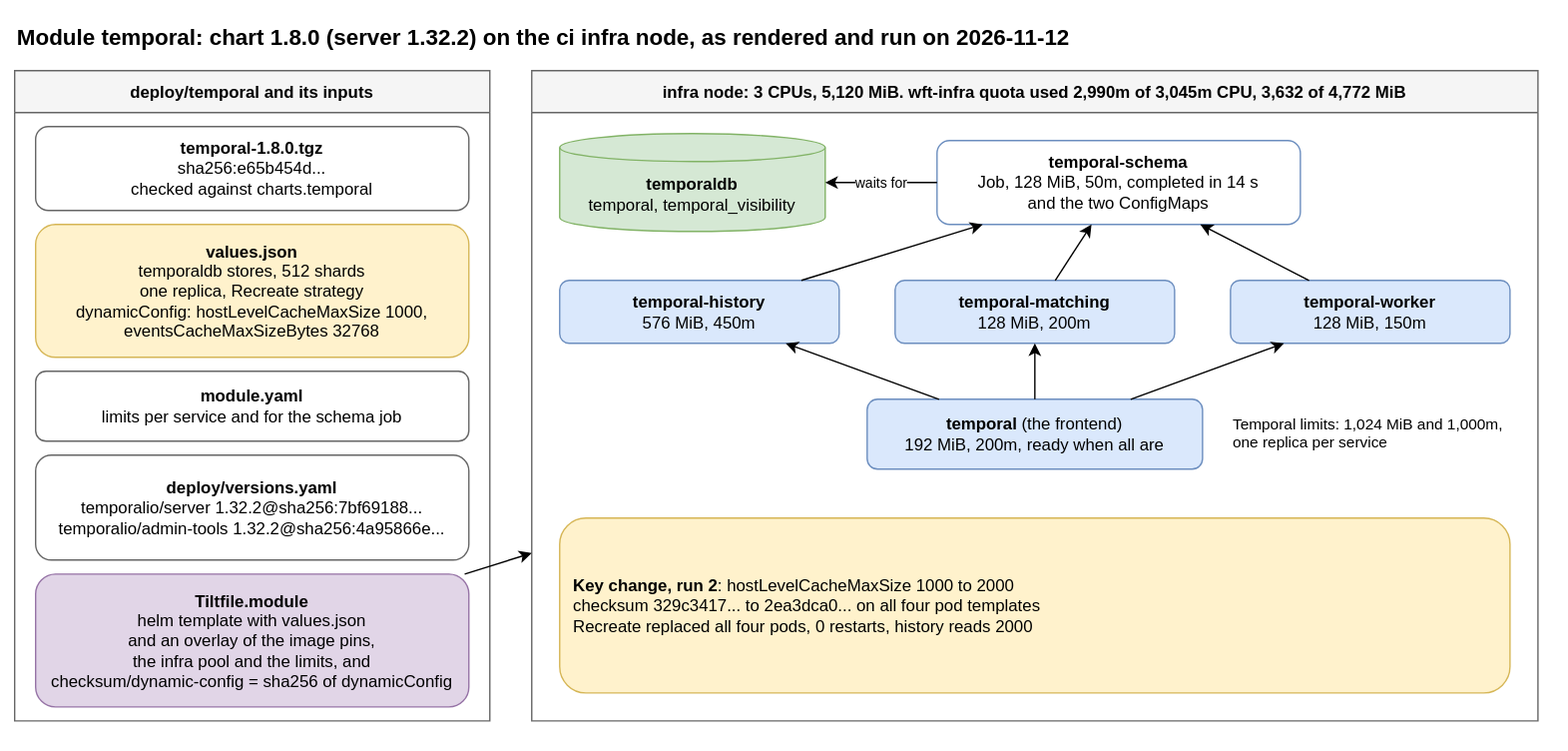
AndoNorth/disyard keeps this draw.io diagram as deploy/temporal/temporal-module.drawio.svg. Above is the earlier version. Source tidied: cells renumbered, new cells last; positions are measured from the earlier drawing's top-left corner, leaving out a move shared by most shapes. Its diagram source:
```xml
<mxGraphModel>
  <root>
    <mxCell id="0" />
    <mxCell id="1" parent="0" />
    <mxCell id="2" value="Module temporal: chart 1.8.0 (server 1.32.2) on the ci infra node, as rendered and run on 2026-11-12" style="text;html=1;fontSize=16;fontStyle=1;align=left;" parent="1" vertex="1">
      <mxGeometry width="1060" height="30" as="geometry" />
    </mxCell>
    <mxCell id="3" value="deploy/temporal and its inputs" style="swimlane;startSize=30;fillColor=#f5f5f5;strokeColor=#666666;fontStyle=1;" parent="1" vertex="1">
      <mxGeometry y="40" width="340" height="465" as="geometry" />
    </mxCell>
    <mxCell id="4" value="&lt;b&gt;temporal-1.8.0.tgz&lt;/b&gt;&lt;br&gt;sha256:e65b454d...&lt;br&gt;checked against charts.temporal" style="rounded=1;whiteSpace=wrap;html=1;fillColor=#ffffff;strokeColor=#666666;" parent="3" vertex="1">
      <mxGeometry x="15" y="40" width="310" height="60" as="geometry" />
    </mxCell>
    <mxCell id="5" value="&lt;b&gt;values.json&lt;/b&gt;&lt;br&gt;temporaldb stores, 512 shards&lt;br&gt;one replica, Recreate strategy&lt;br&gt;dynamicConfig: hostLevelCacheMaxSize 1000,&lt;br&gt;eventsCacheMaxSizeBytes 32768" style="rounded=1;whiteSpace=wrap;html=1;fillColor=#fff2cc;strokeColor=#d6b656;" parent="3" vertex="1">
      <mxGeometry x="15" y="110" width="310" height="95" as="geometry" />
    </mxCell>
    <mxCell id="6" value="&lt;b&gt;module.yaml&lt;/b&gt;&lt;br&gt;limits per service and for the schema job" style="rounded=1;whiteSpace=wrap;html=1;fillColor=#ffffff;strokeColor=#666666;" parent="3" vertex="1">
      <mxGeometry x="15" y="215" width="310" height="50" as="geometry" />
    </mxCell>
    <mxCell id="7" value="&lt;b&gt;deploy/versions.yaml&lt;/b&gt;&lt;br&gt;temporalio/server 1.32.2@sha256:7bf69188...&lt;br&gt;temporalio/admin-tools 1.32.2@sha256:4a95866e..." style="rounded=1;whiteSpace=wrap;html=1;fillColor=#ffffff;strokeColor=#666666;" parent="3" vertex="1">
      <mxGeometry x="15" y="275" width="310" height="75" as="geometry" />
    </mxCell>
    <mxCell id="8" value="&lt;b&gt;Tiltfile.module&lt;/b&gt;&lt;br&gt;helm template with values.json&lt;br&gt;and an overlay of the image pins,&lt;br&gt;the infra pool and the limits, and&lt;br&gt;checksum/dynamic-config = sha256 of dynamicConfig" style="rounded=1;whiteSpace=wrap;html=1;fillColor=#e1d5e7;strokeColor=#9673a6;" parent="3" vertex="1">
      <mxGeometry x="15" y="360" width="310" height="95" as="geometry" />
    </mxCell>
    <mxCell id="9" value="infra node: 3 CPUs, 5,120 MiB. wft-infra quota used 2,990m of 3,045m CPU, 3,632 of 4,772 MiB" style="swimlane;startSize=30;fillColor=#f5f5f5;strokeColor=#666666;fontStyle=1;" parent="1" vertex="1">
      <mxGeometry x="370" y="40" width="720" height="465" as="geometry" />
    </mxCell>
    <mxCell id="10" value="&lt;b&gt;temporaldb&lt;/b&gt;&lt;br&gt;temporal, temporal_visibility" style="shape=cylinder3;whiteSpace=wrap;html=1;boundedLbl=1;size=10;fillColor=#d5e8d4;strokeColor=#82b366;" parent="9" vertex="1">
      <mxGeometry x="20" y="45" width="190" height="70" as="geometry" />
    </mxCell>
    <mxCell id="11" value="&lt;b&gt;temporal-schema&lt;/b&gt;&lt;br&gt;Job, 128 MiB, 50m, completed in 14 s&lt;br&gt;and the two ConfigMaps" style="rounded=1;whiteSpace=wrap;html=1;fillColor=#ffffff;strokeColor=#6c8ebf;" parent="9" vertex="1">
      <mxGeometry x="290" y="50" width="260" height="60" as="geometry" />
    </mxCell>
    <mxCell id="12" value="&lt;b&gt;temporal-history&lt;/b&gt;&lt;br&gt;576 MiB, 450m" style="rounded=1;whiteSpace=wrap;html=1;fillColor=#dae8fc;strokeColor=#6c8ebf;" parent="9" vertex="1">
      <mxGeometry x="20" y="150" width="200" height="45" as="geometry" />
    </mxCell>
    <mxCell id="13" value="&lt;b&gt;temporal-matching&lt;/b&gt;&lt;br&gt;128 MiB, 200m" style="rounded=1;whiteSpace=wrap;html=1;fillColor=#dae8fc;strokeColor=#6c8ebf;" parent="9" vertex="1">
      <mxGeometry x="260" y="150" width="200" height="45" as="geometry" />
    </mxCell>
    <mxCell id="14" value="&lt;b&gt;temporal-worker&lt;/b&gt;&lt;br&gt;128 MiB, 150m" style="rounded=1;whiteSpace=wrap;html=1;fillColor=#dae8fc;strokeColor=#6c8ebf;" parent="9" vertex="1">
      <mxGeometry x="500" y="150" width="200" height="45" as="geometry" />
    </mxCell>
    <mxCell id="15" value="&lt;b&gt;temporal&lt;/b&gt; (the frontend)&lt;br&gt;192 MiB, 200m, ready when all are" style="rounded=1;whiteSpace=wrap;html=1;fillColor=#dae8fc;strokeColor=#6c8ebf;" parent="9" vertex="1">
      <mxGeometry x="240" y="235" width="240" height="50" as="geometry" />
    </mxCell>
    <mxCell id="16" value="Temporal limits: 1,024 MiB and 1,000m, one replica per service" style="text;html=1;fontSize=11;align=left;whiteSpace=wrap;" parent="9" vertex="1">
      <mxGeometry x="500" y="240" width="200" height="40" as="geometry" />
    </mxCell>
    <mxCell id="17" value="&lt;b&gt;Key change, run 2&lt;/b&gt;: hostLevelCacheMaxSize 1000 to 2000&lt;br&gt;checksum 329c3417... to 2ea3dca0... on all four pod templates&lt;br&gt;Recreate replaced all four pods, 0 restarts, history reads 2000" style="rounded=1;whiteSpace=wrap;html=1;fillColor=#fff2cc;strokeColor=#d6b656;align=left;spacingLeft=8;" parent="9" vertex="1">
      <mxGeometry x="20" y="320" width="680" height="125" as="geometry" />
    </mxCell>
    <mxCell id="18" value="waits for" style="endArrow=classic;html=1;fontSize=10;labelBackgroundColor=#ffffff;" parent="9" edge="1" source="11" target="10">
      <mxGeometry relative="1" as="geometry" />
    </mxCell>
    <mxCell id="19" style="endArrow=classic;html=1;" parent="9" edge="1" source="12" target="11">
      <mxGeometry relative="1" as="geometry" />
    </mxCell>
    <mxCell id="20" style="endArrow=classic;html=1;" parent="9" edge="1" source="13" target="11">
      <mxGeometry relative="1" as="geometry" />
    </mxCell>
    <mxCell id="21" style="endArrow=classic;html=1;" parent="9" edge="1" source="14" target="11">
      <mxGeometry relative="1" as="geometry" />
    </mxCell>
    <mxCell id="22" style="endArrow=classic;html=1;" parent="9" edge="1" source="15" target="12">
      <mxGeometry relative="1" as="geometry" />
    </mxCell>
    <mxCell id="23" style="endArrow=classic;html=1;" parent="9" edge="1" source="15" target="13">
      <mxGeometry relative="1" as="geometry" />
    </mxCell>
    <mxCell id="24" style="endArrow=classic;html=1;" parent="9" edge="1" source="15" target="14">
      <mxGeometry relative="1" as="geometry" />
    </mxCell>
    <mxCell id="25" style="endArrow=classic;html=1;" parent="1" edge="1" source="8" target="9">
      <mxGeometry relative="1" as="geometry" />
    </mxCell>
  </root>
</mxGraphModel>
```
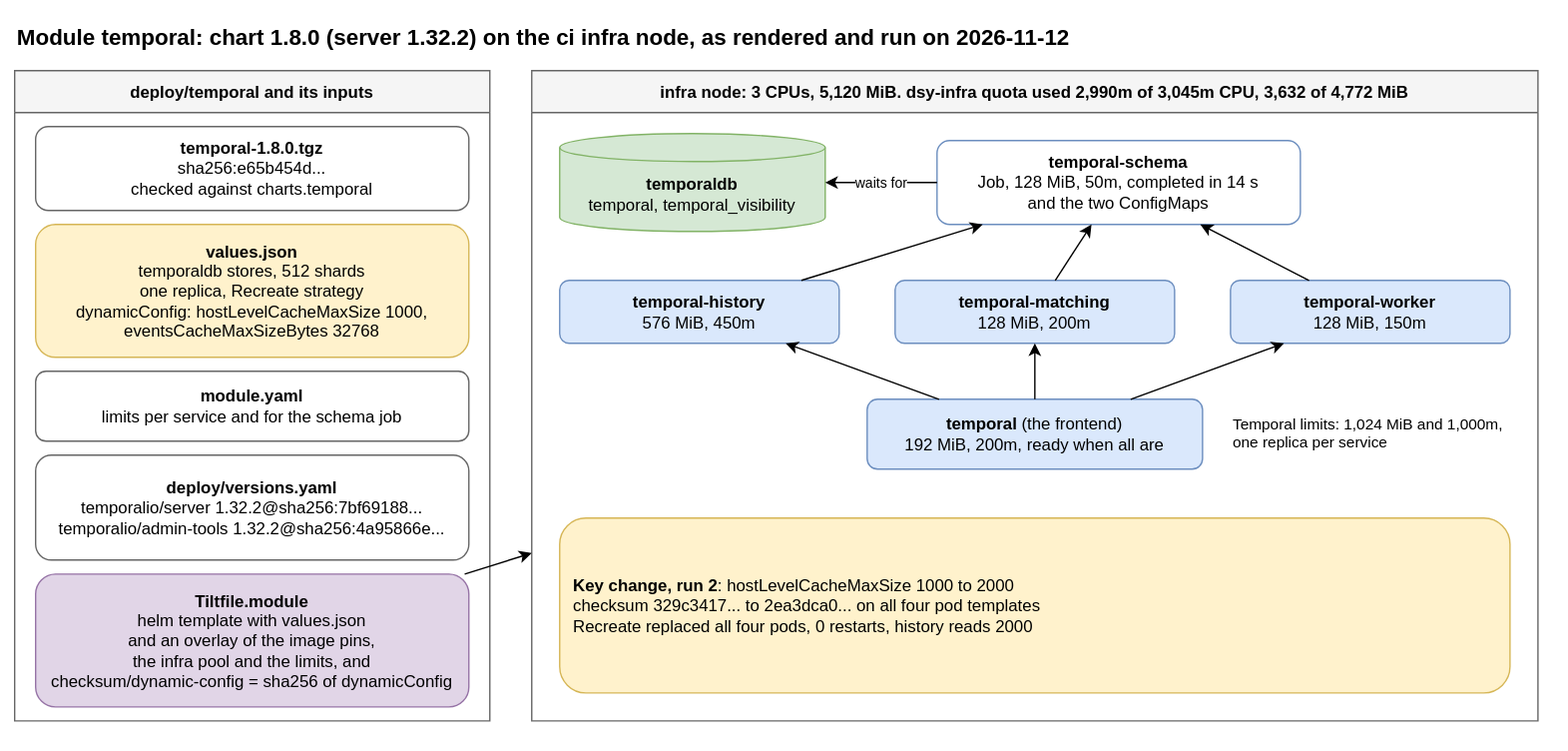
The same diagram one commit later.

The edit, as a diff of the source:
```diff
@@ -23,7 +23,7 @@
     <mxCell id="8" value="&lt;b&gt;Tiltfile.module&lt;/b&gt;&lt;br&gt;helm template with values.json&lt;br&gt;and an overlay of the image pins,&lt;br&gt;the infra pool and the limits, and&lt;br&gt;checksum/dynamic-config = sha256 of dynamicConfig" style="rounded=1;whiteSpace=wrap;html=1;fillColor=#e1d5e7;strokeColor=#9673a6;" parent="3" vertex="1">
       <mxGeometry x="15" y="360" width="310" height="95" as="geometry" />
     </mxCell>
-    <mxCell id="9" value="infra node: 3 CPUs, 5,120 MiB. wft-infra quota used 2,990m of 3,045m CPU, 3,632 of 4,772 MiB" style="swimlane;startSize=30;fillColor=#f5f5f5;strokeColor=#666666;fontStyle=1;" parent="1" vertex="1">
+    <mxCell id="9" value="infra node: 3 CPUs, 5,120 MiB. dsy-infra quota used 2,990m of 3,045m CPU, 3,632 of 4,772 MiB" style="swimlane;startSize=30;fillColor=#f5f5f5;strokeColor=#666666;fontStyle=1;" parent="1" vertex="1">
       <mxGeometry x="370" y="40" width="720" height="465" as="geometry" />
     </mxCell>
     <mxCell id="10" value="&lt;b&gt;temporaldb&lt;/b&gt;&lt;br&gt;temporal, temporal_visibility" style="shape=cylinder3;whiteSpace=wrap;html=1;boundedLbl=1;size=10;fillColor=#d5e8d4;strokeColor=#82b366;" parent="9" vertex="1">
```
